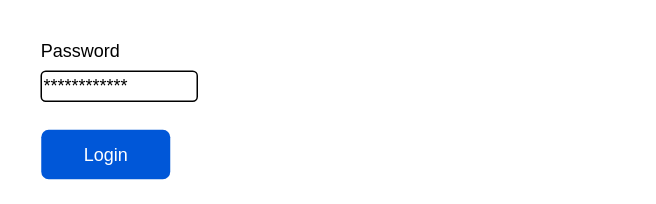
This is passwords.drawio from appsparkler/draw.io, a draw.io file, before an edit. Source tidied: cells renumbered, new cells numbered last; positions are measured from the earlier drawing's top-left corner, leaving out a move shared by most shapes. Both pictures are drawn from the tidied source at 150%, with x=0, y=0 at pixel (26, 32).
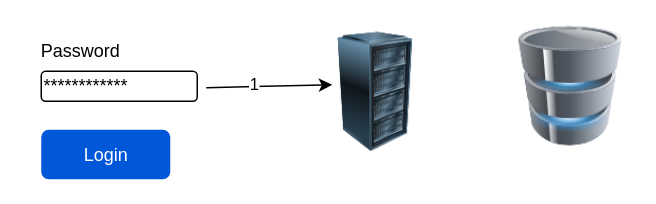
The same page after the edit.

The edit, as a diff of the source:
```diff
@@
 <mxGraphModel>
   <root>
     <mxCell id="0" />
     <mxCell id="1" parent="0" />
     <mxCell id="2" value="************" style="rounded=1;whiteSpace=wrap;html=1;align=left;" parent="1" vertex="1">
       <mxGeometry x="10" y="26" width="104" height="20" as="geometry" />
     </mxCell>
     <mxCell id="3" value="Password" style="text;html=1;align=center;verticalAlign=middle;strokeColor=none;fillColor=none;" parent="1" vertex="1">
       <mxGeometry width="71" height="26" as="geometry" />
     </mxCell>
     <mxCell id="4" value="Login" style="rounded=1;fillColor=#0057D8;strokeColor=none;html=1;fontColor=#ffffff;align=center;verticalAlign=middle;fontStyle=0;fontSize=12;sketch=0;" parent="1" vertex="1">
       <mxGeometry x="10" y="65" width="86" height="33" as="geometry" />
     </mxCell>
+    <mxCell id="5" style="endArrow=classic;html=1;rounded=0;" parent="1" edge="1">
+      <mxGeometry relative="1" as="geometry">
+        <mxPoint x="120" y="37" as="sourcePoint" />
+        <mxPoint x="204" y="35" as="targetPoint" />
+      </mxGeometry>
+    </mxCell>
+    <mxCell id="6" value="1" style="edgeLabel;html=1;align=center;verticalAlign=middle;" parent="5" vertex="1">
+      <mxGeometry x="-0.24" y="2" relative="1" as="geometry" />
+    </mxCell>
+    <mxCell id="7" style="image;html=1;image=img/lib/clip_art/computers/Server_Rack_128x128.png;" parent="1" vertex="1">
+      <mxGeometry x="193" width="80" height="80" as="geometry" />
+    </mxCell>
+    <mxCell id="8" style="image;html=1;image=img/lib/clip_art/computers/Database_128x128.png;" parent="1" vertex="1">
+      <mxGeometry x="323" y="-4" width="80" height="80" as="geometry" />
+    </mxCell>
   </root>
 </mxGraphModel>
```
